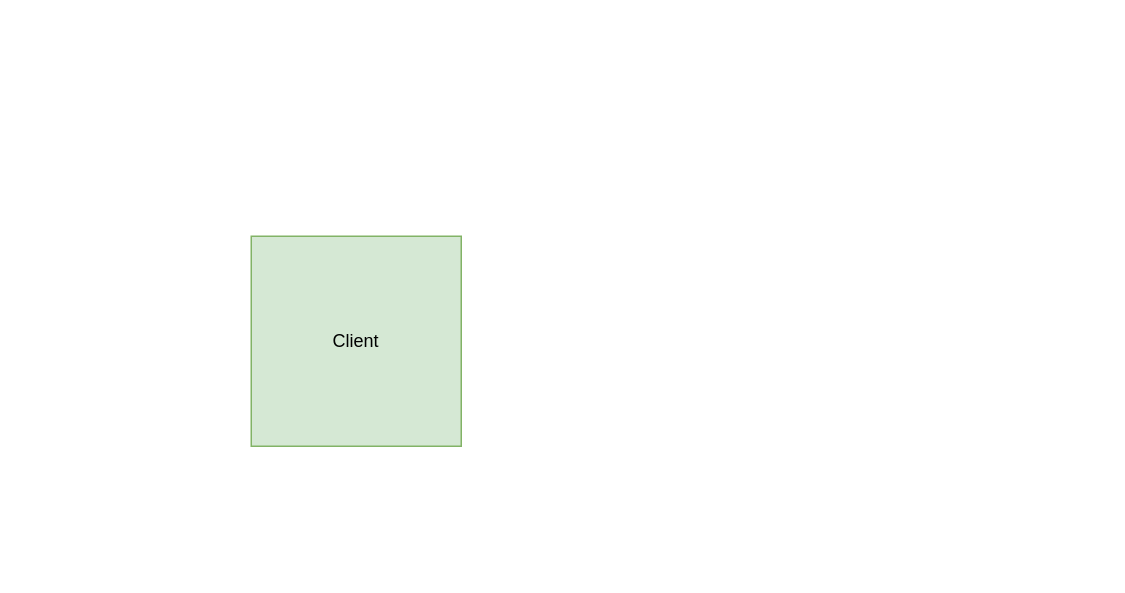
The draw.io diagram Untitled Diagram.drawio in hariprathap-hp/tinyURL, before the edit. Source tidied: cells renumbered, new cells numbered last; positions are measured from the earlier drawing's top-left corner, leaving out a move shared by most shapes. Both pictures are drawn from the tidied source at 150%, with x=0, y=0 at pixel (250, 236).
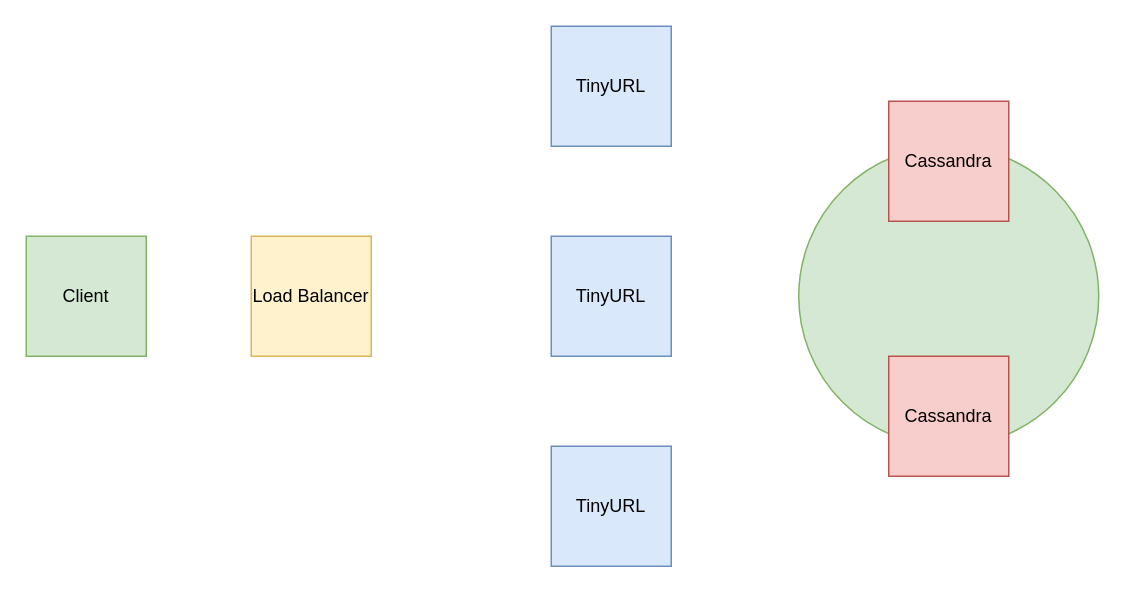
Above is the later version.

Diff of the diagram source:
```diff
@@
 <mxGraphModel>
   <root>
     <mxCell id="0" />
     <mxCell id="1" parent="0" />
-    <mxCell id="2" value="Client" style="whiteSpace=wrap;html=1;fillColor=#d5e8d4;strokeColor=#82b366;" parent="1" vertex="1">
-      <mxGeometry width="140" height="140" as="geometry" />
+    <mxCell id="2" value="Load Balancer" style="whiteSpace=wrap;html=1;fillColor=#fff2cc;strokeColor=#d6b656;" parent="1" vertex="1">
+      <mxGeometry width="80" height="80" as="geometry" />
     </mxCell>
+    <mxCell id="3" value="TinyURL" style="whiteSpace=wrap;html=1;fillColor=#dae8fc;strokeColor=#6c8ebf;" parent="1" vertex="1">
+      <mxGeometry x="200" y="-140" width="80" height="80" as="geometry" />
+    </mxCell>
+    <mxCell id="4" value="TinyURL" style="whiteSpace=wrap;html=1;fillColor=#dae8fc;strokeColor=#6c8ebf;" parent="1" vertex="1">
+      <mxGeometry x="200" width="80" height="80" as="geometry" />
+    </mxCell>
+    <mxCell id="5" value="TinyURL" style="whiteSpace=wrap;html=1;fillColor=#dae8fc;strokeColor=#6c8ebf;" parent="1" vertex="1">
+      <mxGeometry x="200" y="140" width="80" height="80" as="geometry" />
+    </mxCell>
+    <mxCell id="6" value="Client" style="whiteSpace=wrap;html=1;fillColor=#d5e8d4;strokeColor=#82b366;" parent="1" vertex="1">
+      <mxGeometry x="-150" width="80" height="80" as="geometry" />
+    </mxCell>
+    <mxCell id="7" style="ellipse;whiteSpace=wrap;html=1;fillColor=#d5e8d4;strokeColor=#82b366;" parent="1" vertex="1">
+      <mxGeometry x="365" y="-60" width="200" height="200" as="geometry" />
+    </mxCell>
+    <mxCell id="8" value="Cassandra" style="whiteSpace=wrap;html=1;fillColor=#f8cecc;strokeColor=#b85450;" parent="1" vertex="1">
+      <mxGeometry x="425" y="-90" width="80" height="80" as="geometry" />
+    </mxCell>
+    <mxCell id="9" value="Cassandra" style="whiteSpace=wrap;html=1;fillColor=#f8cecc;strokeColor=#b85450;" parent="1" vertex="1">
+      <mxGeometry x="425" y="80" width="80" height="80" as="geometry" />
+    </mxCell>
   </root>
 </mxGraphModel>
```
